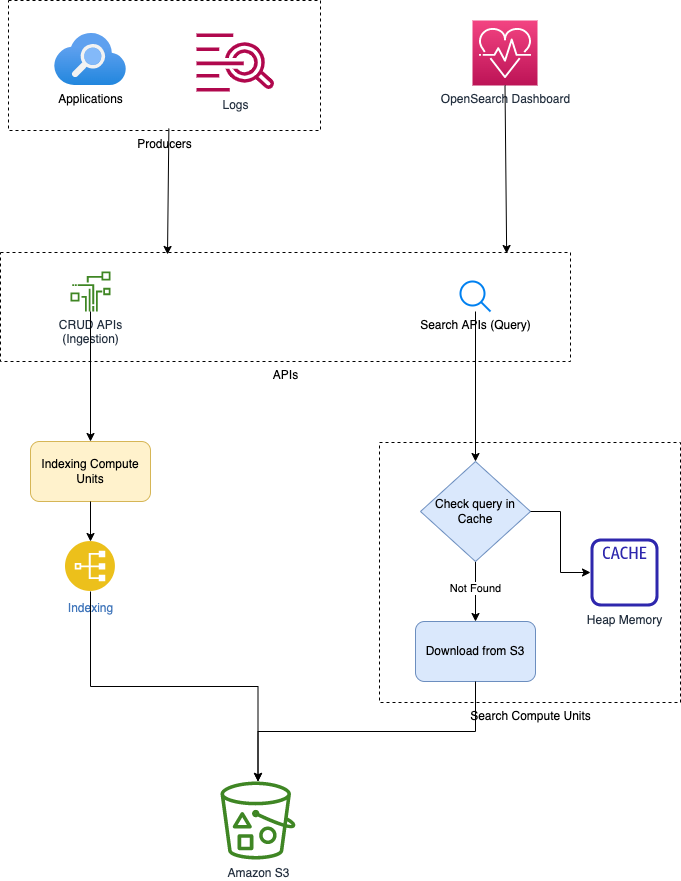
Anshul619/HLD-System-Designs keeps this draw.io diagram as 2_AWS/6_DatabaseServices/AmazonOpenSearch/Serverless/OpenSearch-Serverless.png. Above is the earlier version. Source tidied: cells renumbered, new cells last; positions are measured from the earlier drawing's top-left corner, leaving out a move shared by most shapes. Source of this version:
```xml
<mxGraphModel>
  <root>
    <mxCell id="0" />
    <mxCell id="1" parent="0" />
    <mxCell id="2" value="APIs" style="verticalLabelPosition=bottom;verticalAlign=top;html=1;shape=mxgraph.basic.rect;fillColor2=none;strokeWidth=1;size=20;indent=5;dashed=1;" parent="1" vertex="1">
      <mxGeometry y="252" width="570" height="109" as="geometry" />
    </mxCell>
    <mxCell id="3" value="Producers" style="verticalLabelPosition=bottom;verticalAlign=top;html=1;shape=mxgraph.basic.rect;fillColor2=none;strokeWidth=1;size=20;indent=5;dashed=1;" parent="1" vertex="1">
      <mxGeometry x="8" width="312" height="130" as="geometry" />
    </mxCell>
    <mxCell id="4" value="Search APIs (Query)" style="html=1;verticalLabelPosition=bottom;align=center;labelBackgroundColor=#ffffff;verticalAlign=top;strokeWidth=2;strokeColor=#0080F0;shadow=0;dashed=0;shape=mxgraph.ios7.icons.looking_glass;" parent="1" vertex="1">
      <mxGeometry x="460" y="281" width="30" height="30" as="geometry" />
    </mxCell>
    <mxCell id="5" value="CRUD APIs&lt;br&gt;(Ingestion)" style="sketch=0;outlineConnect=0;fontColor=#232F3E;gradientColor=none;fillColor=#3F8624;strokeColor=none;dashed=0;verticalLabelPosition=bottom;verticalAlign=top;align=center;html=1;fontSize=12;fontStyle=0;shape=mxgraph.aws4.iot_sitewise_data_streams;" parent="1" vertex="1">
      <mxGeometry x="70" y="271" width="40" height="40" as="geometry" />
    </mxCell>
    <mxCell id="6" value="Indexing" style="perimeter=ellipsePerimeter;html=1;align=center;shadow=0;dashed=0;fontColor=#4277BB;labelBackgroundColor=#ffffff;fontSize=12;spacingTop=3;image;image=img/lib/ibm/applications/index.svg;" parent="1" vertex="1">
      <mxGeometry x="65" y="541" width="50" height="50" as="geometry" />
    </mxCell>
    <mxCell id="7" value="Amazon S3" style="sketch=0;outlineConnect=0;fontColor=#232F3E;gradientColor=none;fillColor=#3F8624;strokeColor=none;dashed=0;verticalLabelPosition=bottom;verticalAlign=top;align=center;html=1;fontSize=12;fontStyle=0;shape=mxgraph.aws4.bucket_with_objects;" parent="1" vertex="1">
      <mxGeometry x="220" y="781" width="75" height="78" as="geometry" />
    </mxCell>
    <mxCell id="8" style="endArrow=classic;html=1;rounded=0;entryX=0.5;entryY=0;entryDx=0;entryDy=0;" parent="1" edge="1" source="5" target="10">
      <mxGeometry relative="1" as="geometry" />
    </mxCell>
    <mxCell id="9" style="endArrow=classic;html=1;rounded=0;exitX=0.5;exitY=1;exitDx=0;exitDy=0;edgeStyle=orthogonalEdgeStyle;" parent="1" edge="1" source="6" target="7">
      <mxGeometry relative="1" as="geometry" />
    </mxCell>
    <mxCell id="10" value="Indexing Compute Units" style="rounded=1;whiteSpace=wrap;html=1;fillColor=#fff2cc;strokeColor=#d6b656;" parent="1" vertex="1">
      <mxGeometry x="30" y="441" width="120" height="60" as="geometry" />
    </mxCell>
    <mxCell id="11" style="endArrow=classic;html=1;rounded=0;exitX=0.5;exitY=1;exitDx=0;exitDy=0;" parent="1" edge="1" source="10" target="6">
      <mxGeometry relative="1" as="geometry" />
    </mxCell>
    <mxCell id="12" value="Search Compute Units" style="verticalLabelPosition=bottom;verticalAlign=top;html=1;shape=mxgraph.basic.rect;fillColor2=none;strokeWidth=1;size=20;indent=5;dashed=1;" parent="1" vertex="1">
      <mxGeometry x="379" y="442" width="301" height="260" as="geometry" />
    </mxCell>
    <mxCell id="13" value="Download from S3" style="rounded=1;whiteSpace=wrap;html=1;fillColor=#dae8fc;strokeColor=#6c8ebf;" parent="1" vertex="1">
      <mxGeometry x="415" y="621" width="120" height="60" as="geometry" />
    </mxCell>
    <mxCell id="14" style="endArrow=classic;html=1;rounded=0;edgeStyle=orthogonalEdgeStyle;entryX=0.5;entryY=0;entryDx=0;entryDy=0;" parent="1" edge="1" source="4" target="17">
      <mxGeometry relative="1" as="geometry" />
    </mxCell>
    <mxCell id="15" style="endArrow=classic;html=1;rounded=0;edgeStyle=orthogonalEdgeStyle;entryX=0.5;entryY=0;entryDx=0;entryDy=0;exitX=0.5;exitY=1;exitDx=0;exitDy=0;" parent="1" edge="1" source="17" target="13">
      <mxGeometry relative="1" as="geometry" />
    </mxCell>
    <mxCell id="16" value="Not Found" style="edgeLabel;html=1;align=center;verticalAlign=middle;" parent="15" vertex="1">
      <mxGeometry x="-0.12" y="-1" relative="1" as="geometry" />
    </mxCell>
    <mxCell id="17" value="Check query in Cache" style="rhombus;whiteSpace=wrap;html=1;fillColor=#dae8fc;strokeColor=#6c8ebf;" parent="1" vertex="1">
      <mxGeometry x="420" y="461" width="110" height="100" as="geometry" />
    </mxCell>
    <mxCell id="18" style="endArrow=classic;html=1;rounded=0;edgeStyle=orthogonalEdgeStyle;exitX=0.5;exitY=1;exitDx=0;exitDy=0;" parent="1" edge="1" source="13" target="7">
      <mxGeometry relative="1" as="geometry" />
    </mxCell>
    <mxCell id="19" value="Heap Memory" style="sketch=0;outlineConnect=0;fontColor=#232F3E;gradientColor=none;fillColor=#2E27AD;strokeColor=none;dashed=0;verticalLabelPosition=bottom;verticalAlign=top;align=center;html=1;fontSize=12;fontStyle=0;shape=mxgraph.aws4.cache_node;" parent="1" vertex="1">
      <mxGeometry x="590" y="538" width="68" height="68" as="geometry" />
    </mxCell>
    <mxCell id="20" style="endArrow=classic;html=1;rounded=0;exitX=1;exitY=0.5;exitDx=0;exitDy=0;edgeStyle=orthogonalEdgeStyle;" parent="1" edge="1" source="17" target="19">
      <mxGeometry relative="1" as="geometry" />
    </mxCell>
    <mxCell id="21" value="OpenSearch Dashboard" style="sketch=0;points=[[0,0,0],[0.25,0,0],[0.5,0,0],[0.75,0,0],[1,0,0],[0,1,0],[0.25,1,0],[0.5,1,0],[0.75,1,0],[1,1,0],[0,0.25,0],[0,0.5,0],[0,0.75,0],[1,0.25,0],[1,0.5,0],[1,0.75,0]];points=[[0,0,0],[0.25,0,0],[0.5,0,0],[0.75,0,0],[1,0,0],[0,1,0],[0.25,1,0],[0.5,1,0],[0.75,1,0],[1,1,0],[0,0.25,0],[0,0.5,0],[0,0.75,0],[1,0.25,0],[1,0.5,0],[1,0.75,0]];outlineConnect=0;fontColor=#232F3E;gradientColor=#F34482;gradientDirection=north;fillColor=#BC1356;strokeColor=#ffffff;dashed=0;verticalLabelPosition=bottom;verticalAlign=top;align=center;html=1;fontSize=12;fontStyle=0;shape=mxgraph.aws4.resourceIcon;resIcon=mxgraph.aws4.personal_health_dashboard;" parent="1" vertex="1">
      <mxGeometry x="472" y="20" width="65" height="65" as="geometry" />
    </mxCell>
    <mxCell id="22" value="Applications" style="html=1;align=center;image;fontSize=12;image=img/lib/azure2/app_services/Search_Services.svg;" parent="1" vertex="1">
      <mxGeometry x="54" y="33" width="72" height="52" as="geometry" />
    </mxCell>
    <mxCell id="23" style="endArrow=classic;html=1;rounded=0;exitX=0.514;exitY=0.985;exitDx=0;exitDy=0;exitPerimeter=0;entryX=0.293;entryY=0.018;entryDx=0;entryDy=0;entryPerimeter=0;" parent="1" edge="1" source="3" target="2">
      <mxGeometry relative="1" as="geometry" />
    </mxCell>
    <mxCell id="24" value="Logs" style="sketch=0;fontColor=#232F3E;gradientColor=none;fillColor=#B0084D;strokeColor=none;dashed=0;verticalLabelPosition=bottom;verticalAlign=top;align=center;html=1;fontSize=12;fontStyle=0;shape=mxgraph.aws4.logs;" parent="1" vertex="1">
      <mxGeometry x="196" y="33" width="78" height="58" as="geometry" />
    </mxCell>
    <mxCell id="25" style="endArrow=classic;html=1;rounded=0;exitX=0.5;exitY=1;exitDx=0;exitDy=0;exitPerimeter=0;entryX=0.888;entryY=0.009;entryDx=0;entryDy=0;entryPerimeter=0;" parent="1" edge="1" source="21" target="2">
      <mxGeometry relative="1" as="geometry" />
    </mxCell>
  </root>
</mxGraphModel>
```
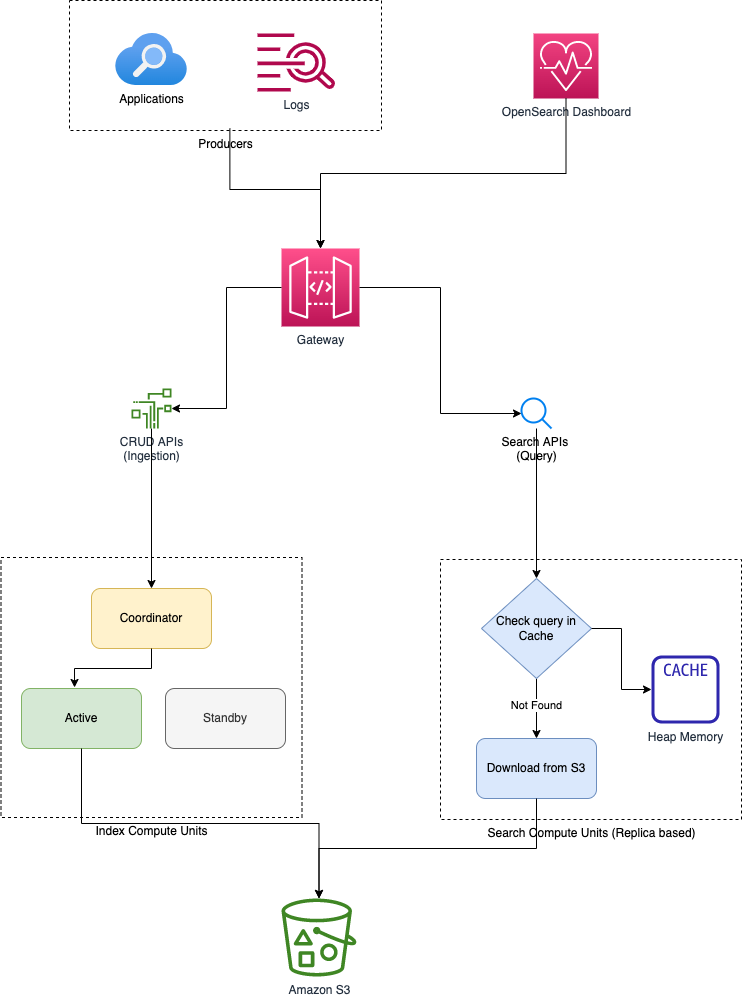
After the commit.

The edit, as a diff of the source:
```diff
@@ -2,37 +2,28 @@
   <root>
     <mxCell id="0" />
     <mxCell id="1" parent="0" />
-    <mxCell id="2" value="APIs" style="verticalLabelPosition=bottom;verticalAlign=top;html=1;shape=mxgraph.basic.rect;fillColor2=none;strokeWidth=1;size=20;indent=5;dashed=1;" parent="1" vertex="1">
-      <mxGeometry y="252" width="570" height="109" as="geometry" />
-    </mxCell>
+    <mxCell id="26" value="Index Compute Units" style="verticalLabelPosition=bottom;verticalAlign=top;html=1;shape=mxgraph.basic.rect;fillColor2=none;strokeWidth=1;size=20;indent=5;dashed=1;" parent="1" vertex="1">
+      <mxGeometry x="-60.5" y="440" width="301" height="260" as="geometry" />
+    </mxCell>
     <mxCell id="3" value="Producers" style="verticalLabelPosition=bottom;verticalAlign=top;html=1;shape=mxgraph.basic.rect;fillColor2=none;strokeWidth=1;size=20;indent=5;dashed=1;" parent="1" vertex="1">
-      <mxGeometry x="8" width="312" height="130" as="geometry" />
+      <mxGeometry x="8" y="-117" width="312" height="130" as="geometry" />
     </mxCell>
-    <mxCell id="4" value="Search APIs (Query)" style="html=1;verticalLabelPosition=bottom;align=center;labelBackgroundColor=#ffffff;verticalAlign=top;strokeWidth=2;strokeColor=#0080F0;shadow=0;dashed=0;shape=mxgraph.ios7.icons.looking_glass;" parent="1" vertex="1">
+    <mxCell id="4" value="Search APIs &lt;br&gt;(Query)" style="html=1;verticalLabelPosition=bottom;align=center;labelBackgroundColor=#ffffff;verticalAlign=top;strokeWidth=2;strokeColor=#0080F0;shadow=0;dashed=0;shape=mxgraph.ios7.icons.looking_glass;" parent="1" vertex="1">
       <mxGeometry x="460" y="281" width="30" height="30" as="geometry" />
     </mxCell>
     <mxCell id="5" value="CRUD APIs&lt;br&gt;(Ingestion)" style="sketch=0;outlineConnect=0;fontColor=#232F3E;gradientColor=none;fillColor=#3F8624;strokeColor=none;dashed=0;verticalLabelPosition=bottom;verticalAlign=top;align=center;html=1;fontSize=12;fontStyle=0;shape=mxgraph.aws4.iot_sitewise_data_streams;" parent="1" vertex="1">
       <mxGeometry x="70" y="271" width="40" height="40" as="geometry" />
     </mxCell>
-    <mxCell id="6" value="Indexing" style="perimeter=ellipsePerimeter;html=1;align=center;shadow=0;dashed=0;fontColor=#4277BB;labelBackgroundColor=#ffffff;fontSize=12;spacingTop=3;image;image=img/lib/ibm/applications/index.svg;" parent="1" vertex="1">
-      <mxGeometry x="65" y="541" width="50" height="50" as="geometry" />
-    </mxCell>
     <mxCell id="7" value="Amazon S3" style="sketch=0;outlineConnect=0;fontColor=#232F3E;gradientColor=none;fillColor=#3F8624;strokeColor=none;dashed=0;verticalLabelPosition=bottom;verticalAlign=top;align=center;html=1;fontSize=12;fontStyle=0;shape=mxgraph.aws4.bucket_with_objects;" parent="1" vertex="1">
       <mxGeometry x="220" y="781" width="75" height="78" as="geometry" />
     </mxCell>
     <mxCell id="8" style="endArrow=classic;html=1;rounded=0;entryX=0.5;entryY=0;entryDx=0;entryDy=0;" parent="1" edge="1" source="5" target="10">
       <mxGeometry relative="1" as="geometry" />
     </mxCell>
-    <mxCell id="9" style="endArrow=classic;html=1;rounded=0;exitX=0.5;exitY=1;exitDx=0;exitDy=0;edgeStyle=orthogonalEdgeStyle;" parent="1" edge="1" source="6" target="7">
-      <mxGeometry relative="1" as="geometry" />
-    </mxCell>
-    <mxCell id="10" value="Indexing Compute Units" style="rounded=1;whiteSpace=wrap;html=1;fillColor=#fff2cc;strokeColor=#d6b656;" parent="1" vertex="1">
-      <mxGeometry x="30" y="441" width="120" height="60" as="geometry" />
+    <mxCell id="10" value="Coordinator" style="rounded=1;whiteSpace=wrap;html=1;fillColor=#fff2cc;strokeColor=#d6b656;" parent="1" vertex="1">
+      <mxGeometry x="30" y="471" width="120" height="60" as="geometry" />
     </mxCell>
-    <mxCell id="11" style="endArrow=classic;html=1;rounded=0;exitX=0.5;exitY=1;exitDx=0;exitDy=0;" parent="1" edge="1" source="10" target="6">
-      <mxGeometry relative="1" as="geometry" />
-    </mxCell>
-    <mxCell id="12" value="Search Compute Units" style="verticalLabelPosition=bottom;verticalAlign=top;html=1;shape=mxgraph.basic.rect;fillColor2=none;strokeWidth=1;size=20;indent=5;dashed=1;" parent="1" vertex="1">
+    <mxCell id="12" value="Search Compute Units (Replica based)" style="verticalLabelPosition=bottom;verticalAlign=top;html=1;shape=mxgraph.basic.rect;fillColor2=none;strokeWidth=1;size=20;indent=5;dashed=1;" parent="1" vertex="1">
       <mxGeometry x="379" y="442" width="301" height="260" as="geometry" />
     </mxCell>
     <mxCell id="13" value="Download from S3" style="rounded=1;whiteSpace=wrap;html=1;fillColor=#dae8fc;strokeColor=#6c8ebf;" parent="1" vertex="1">
@@ -60,19 +51,40 @@
       <mxGeometry relative="1" as="geometry" />
     </mxCell>
     <mxCell id="21" value="OpenSearch Dashboard" style="sketch=0;points=[[0,0,0],[0.25,0,0],[0.5,0,0],[0.75,0,0],[1,0,0],[0,1,0],[0.25,1,0],[0.5,1,0],[0.75,1,0],[1,1,0],[0,0.25,0],[0,0.5,0],[0,0.75,0],[1,0.25,0],[1,0.5,0],[1,0.75,0]];points=[[0,0,0],[0.25,0,0],[0.5,0,0],[0.75,0,0],[1,0,0],[0,1,0],[0.25,1,0],[0.5,1,0],[0.75,1,0],[1,1,0],[0,0.25,0],[0,0.5,0],[0,0.75,0],[1,0.25,0],[1,0.5,0],[1,0.75,0]];outlineConnect=0;fontColor=#232F3E;gradientColor=#F34482;gradientDirection=north;fillColor=#BC1356;strokeColor=#ffffff;dashed=0;verticalLabelPosition=bottom;verticalAlign=top;align=center;html=1;fontSize=12;fontStyle=0;shape=mxgraph.aws4.resourceIcon;resIcon=mxgraph.aws4.personal_health_dashboard;" parent="1" vertex="1">
-      <mxGeometry x="472" y="20" width="65" height="65" as="geometry" />
+      <mxGeometry x="472" y="-84" width="65" height="65" as="geometry" />
     </mxCell>
     <mxCell id="22" value="Applications" style="html=1;align=center;image;fontSize=12;image=img/lib/azure2/app_services/Search_Services.svg;" parent="1" vertex="1">
-      <mxGeometry x="54" y="33" width="72" height="52" as="geometry" />
+      <mxGeometry x="54" y="-84" width="72" height="52" as="geometry" />
     </mxCell>
-    <mxCell id="23" style="endArrow=classic;html=1;rounded=0;exitX=0.514;exitY=0.985;exitDx=0;exitDy=0;exitPerimeter=0;entryX=0.293;entryY=0.018;entryDx=0;entryDy=0;entryPerimeter=0;" parent="1" edge="1" source="3" target="2">
+    <mxCell id="23" style="endArrow=classic;html=1;rounded=0;exitX=0.514;exitY=0.985;exitDx=0;exitDy=0;exitPerimeter=0;entryX=0.5;entryY=0;entryDx=0;entryDy=0;entryPerimeter=0;edgeStyle=orthogonalEdgeStyle;" parent="1" edge="1" source="3" target="27">
       <mxGeometry relative="1" as="geometry" />
     </mxCell>
     <mxCell id="24" value="Logs" style="sketch=0;fontColor=#232F3E;gradientColor=none;fillColor=#B0084D;strokeColor=none;dashed=0;verticalLabelPosition=bottom;verticalAlign=top;align=center;html=1;fontSize=12;fontStyle=0;shape=mxgraph.aws4.logs;" parent="1" vertex="1">
-      <mxGeometry x="196" y="33" width="78" height="58" as="geometry" />
+      <mxGeometry x="196" y="-84" width="78" height="58" as="geometry" />
     </mxCell>
-    <mxCell id="25" style="endArrow=classic;html=1;rounded=0;exitX=0.5;exitY=1;exitDx=0;exitDy=0;exitPerimeter=0;entryX=0.888;entryY=0.009;entryDx=0;entryDy=0;entryPerimeter=0;" parent="1" edge="1" source="21" target="2">
+    <mxCell id="25" style="endArrow=classic;html=1;rounded=0;exitX=0.5;exitY=1;exitDx=0;exitDy=0;exitPerimeter=0;entryX=0.5;entryY=0;entryDx=0;entryDy=0;entryPerimeter=0;edgeStyle=orthogonalEdgeStyle;" parent="1" edge="1" source="21" target="27">
       <mxGeometry relative="1" as="geometry" />
     </mxCell>
+    <mxCell id="27" value="Gateway" style="sketch=0;points=[[0,0,0],[0.25,0,0],[0.5,0,0],[0.75,0,0],[1,0,0],[0,1,0],[0.25,1,0],[0.5,1,0],[0.75,1,0],[1,1,0],[0,0.25,0],[0,0.5,0],[0,0.75,0],[1,0.25,0],[1,0.5,0],[1,0.75,0]];outlineConnect=0;fontColor=#232F3E;gradientColor=#FF4F8B;gradientDirection=north;fillColor=#BC1356;strokeColor=#ffffff;dashed=0;verticalLabelPosition=bottom;verticalAlign=top;align=center;html=1;fontSize=12;fontStyle=0;shape=mxgraph.aws4.resourceIcon;resIcon=mxgraph.aws4.api_gateway;" parent="1" vertex="1">
+      <mxGeometry x="220" y="131" width="78" height="78" as="geometry" />
+    </mxCell>
+    <mxCell id="28" style="endArrow=classic;html=1;rounded=0;exitX=0;exitY=0.5;exitDx=0;exitDy=0;exitPerimeter=0;edgeStyle=elbowEdgeStyle;" parent="1" edge="1" source="27" target="5">
+      <mxGeometry relative="1" as="geometry" />
+    </mxCell>
+    <mxCell id="29" style="endArrow=classic;html=1;rounded=0;exitX=1;exitY=0.5;exitDx=0;exitDy=0;exitPerimeter=0;edgeStyle=elbowEdgeStyle;" parent="1" edge="1" source="27" target="4">
+      <mxGeometry relative="1" as="geometry" />
+    </mxCell>
+    <mxCell id="30" value="Active" style="rounded=1;whiteSpace=wrap;html=1;fillColor=#d5e8d4;strokeColor=#82b366;" parent="1" vertex="1">
+      <mxGeometry x="-40" y="571" width="120" height="60" as="geometry" />
+    </mxCell>
+    <mxCell id="31" value="Standby" style="rounded=1;whiteSpace=wrap;html=1;fillColor=#f5f5f5;fontColor=#333333;strokeColor=#666666;" parent="1" vertex="1">
+      <mxGeometry x="104" y="571" width="120" height="60" as="geometry" />
+    </mxCell>
+    <mxCell id="32" style="endArrow=classic;html=1;rounded=0;exitX=0.5;exitY=1;exitDx=0;exitDy=0;entryX=0.442;entryY=-0.017;entryDx=0;entryDy=0;entryPerimeter=0;edgeStyle=orthogonalEdgeStyle;" parent="1" edge="1" source="10" target="30">
+      <mxGeometry relative="1" as="geometry" />
+    </mxCell>
+    <mxCell id="33" style="endArrow=classic;html=1;rounded=0;exitX=0.5;exitY=1;exitDx=0;exitDy=0;edgeStyle=orthogonalEdgeStyle;" parent="1" edge="1" source="30" target="7">
+      <mxGeometry relative="1" as="geometry" />
+    </mxCell>
   </root>
 </mxGraphModel>
```
